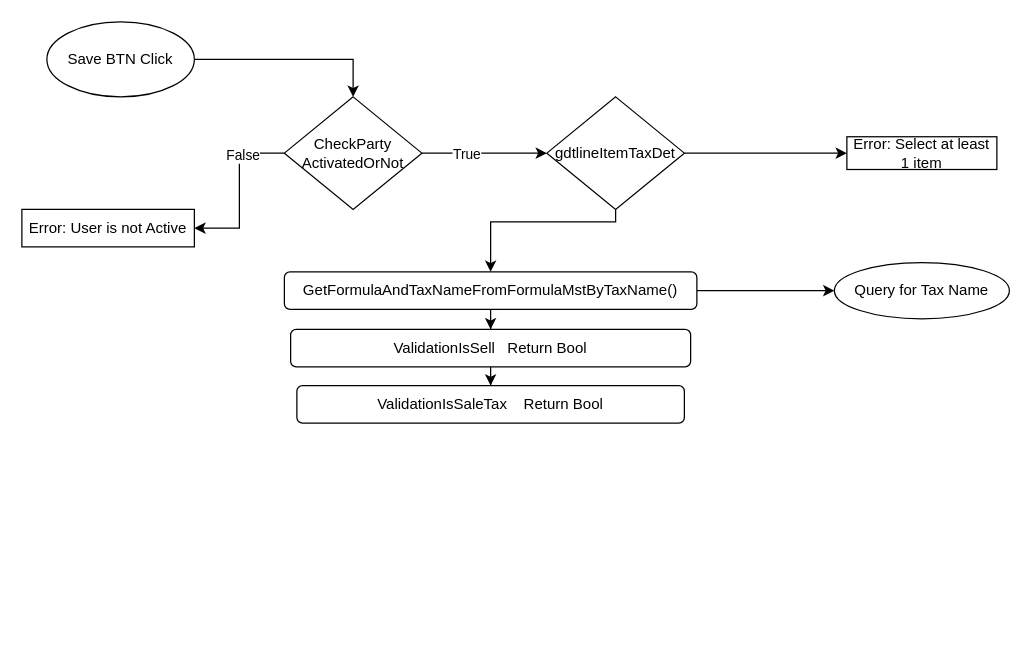
Snag-hub/DOT-Net keeps this draw.io diagram as Untitled Diagram.drawio. Above is the earlier version. Source tidied: cells renumbered, new cells numbered last; positions are measured from the earlier drawing's top-left corner, leaving out a move shared by most shapes. Both pictures are drawn from the tidied source at 125%, with x=0, y=0 at pixel (21, 21).
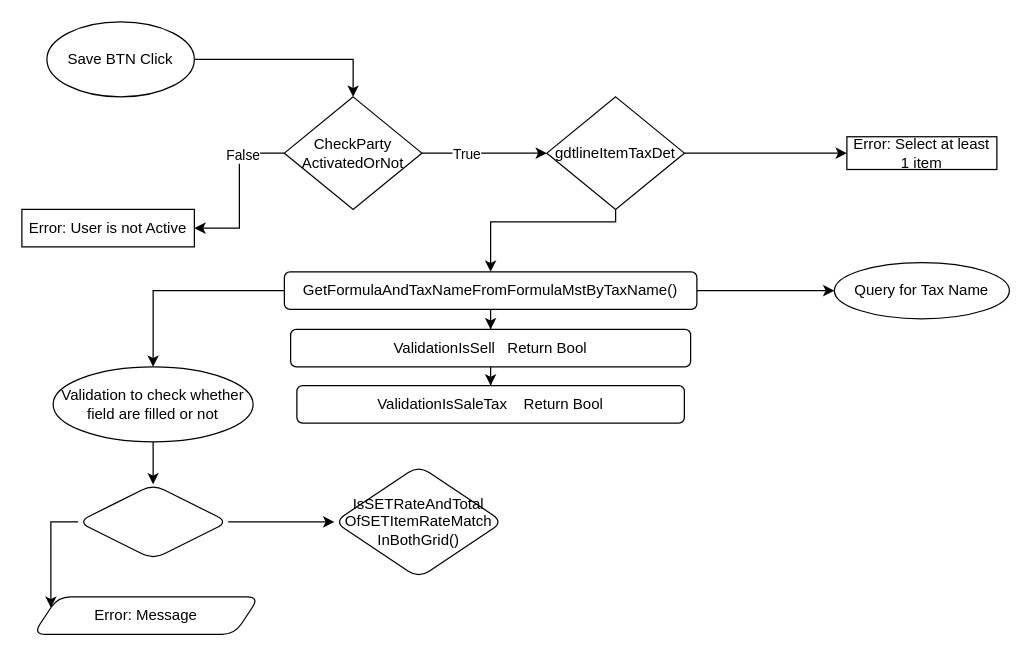
The same page after the edit.

The change refers to these unchanged cells:
```xml
<mxCell id="16" value="GetFormulaAndTaxNameFromFormulaMstByTaxName()" style="rounded=1;whiteSpace=wrap;html=1;" parent="1" vertex="1">
  <mxGeometry x="210" y="200" width="330" height="30" as="geometry" />
</mxCell>
```

Change to the diagram source:
```diff
@@
+    <mxCell id="21" style="edgeStyle=orthogonalEdgeStyle;rounded=0;jettySize=auto;html=1;" parent="1" edge="1" source="16" target="23">
+      <mxGeometry relative="1" as="geometry" />
+    </mxCell>
@@
+    <mxCell id="22" style="edgeStyle=orthogonalEdgeStyle;rounded=0;jettySize=auto;html=1;" parent="1" edge="1" source="23" target="26">
+      <mxGeometry relative="1" as="geometry" />
+    </mxCell>
+    <mxCell id="23" value="Validation to check whether field are filled or not" style="ellipse;whiteSpace=wrap;html=1;rounded=1;" parent="1" vertex="1">
+      <mxGeometry x="25" y="276" width="160" height="60" as="geometry" />
+    </mxCell>
+    <mxCell id="24" style="edgeStyle=orthogonalEdgeStyle;rounded=0;jettySize=auto;html=1;exitX=0;exitY=0.5;exitDx=0;exitDy=0;entryX=0;entryY=0.25;entryDx=0;entryDy=0;" parent="1" edge="1" source="26" target="27">
+      <mxGeometry relative="1" as="geometry" />
+    </mxCell>
+    <mxCell id="25" style="edgeStyle=orthogonalEdgeStyle;rounded=0;jettySize=auto;html=1;" parent="1" edge="1" source="26" target="28">
+      <mxGeometry relative="1" as="geometry" />
+    </mxCell>
+    <mxCell id="26" style="rhombus;whiteSpace=wrap;html=1;rounded=1;" parent="1" vertex="1">
+      <mxGeometry x="45" y="370" width="120" height="60" as="geometry" />
+    </mxCell>
+    <mxCell id="27" value="Error: Message" style="shape=parallelogram;perimeter=parallelogramPerimeter;whiteSpace=wrap;html=1;fixedSize=1;rounded=1;" parent="1" vertex="1">
+      <mxGeometry x="9" y="460" width="181" height="30" as="geometry" />
+    </mxCell>
+    <mxCell id="28" value="IsSETRateAndTotal&lt;br&gt;OfSETItemRateMatch&lt;br&gt;InBothGrid()" style="rhombus;whiteSpace=wrap;html=1;rounded=1;" parent="1" vertex="1">
+      <mxGeometry x="250" y="355" width="135" height="90" as="geometry" />
+    </mxCell>
```
